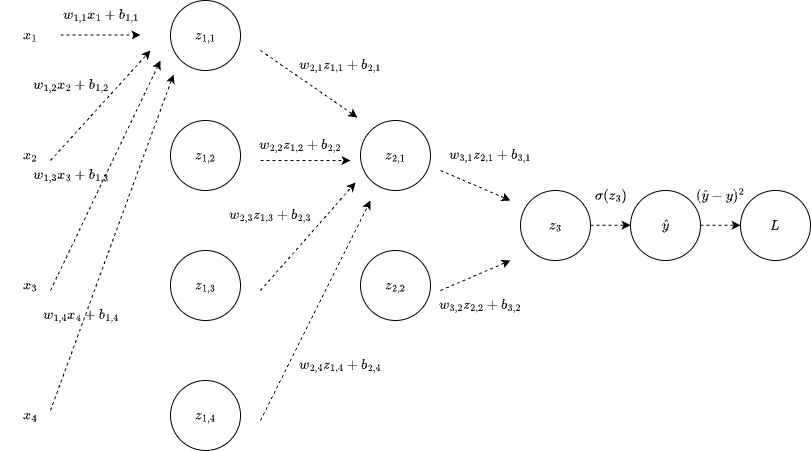
The draw.io diagram static/autodiff/MLP_forward.png in levi0206/lerblog2, before a commit. Source tidied: cells renumbered, new cells last; positions are measured from the earlier drawing's top-left corner, leaving out a move shared by most shapes. Source of this version:
```xml
<mxGraphModel math="1">
  <root>
    <mxCell id="0" />
    <mxCell id="1" parent="0" />
    <mxCell id="2" value="\(z_{1,1}\)" style="ellipse;whiteSpace=wrap;html=1;" parent="1" vertex="1">
      <mxGeometry x="170" width="70" height="70" as="geometry" />
    </mxCell>
    <mxCell id="3" value="\(z_{1,2}\)" style="ellipse;whiteSpace=wrap;html=1;" parent="1" vertex="1">
      <mxGeometry x="170" y="120" width="70" height="70" as="geometry" />
    </mxCell>
    <mxCell id="4" value="\(z_{1,3}\)" style="ellipse;whiteSpace=wrap;html=1;" parent="1" vertex="1">
      <mxGeometry x="170" y="250" width="70" height="70" as="geometry" />
    </mxCell>
    <mxCell id="5" value="\(z_{1,4}\)" style="ellipse;whiteSpace=wrap;html=1;" parent="1" vertex="1">
      <mxGeometry x="170" y="380" width="70" height="70" as="geometry" />
    </mxCell>
    <mxCell id="6" value="\(z_{2,1}\)" style="ellipse;whiteSpace=wrap;html=1;" parent="1" vertex="1">
      <mxGeometry x="360" y="120" width="70" height="70" as="geometry" />
    </mxCell>
    <mxCell id="7" value="\(z_{2,2}\)" style="ellipse;whiteSpace=wrap;html=1;" parent="1" vertex="1">
      <mxGeometry x="360" y="250" width="70" height="70" as="geometry" />
    </mxCell>
    <mxCell id="8" value="\(z_{3}\)" style="ellipse;whiteSpace=wrap;html=1;" parent="1" vertex="1">
      <mxGeometry x="520" y="190" width="70" height="70" as="geometry" />
    </mxCell>
    <mxCell id="9" value="\(x_1\)" style="text;html=1;align=center;verticalAlign=middle;strokeColor=none;fillColor=none;" parent="1" vertex="1">
      <mxGeometry y="20" width="60" height="30" as="geometry" />
    </mxCell>
    <mxCell id="10" value="\(x_2\)" style="text;html=1;align=center;verticalAlign=middle;strokeColor=none;fillColor=none;" parent="1" vertex="1">
      <mxGeometry y="140" width="60" height="30" as="geometry" />
    </mxCell>
    <mxCell id="11" value="\(x_3\)" style="text;html=1;align=center;verticalAlign=middle;strokeColor=none;fillColor=none;" parent="1" vertex="1">
      <mxGeometry y="270" width="60" height="30" as="geometry" />
    </mxCell>
    <mxCell id="12" value="\(x_4\)" style="text;html=1;align=center;verticalAlign=middle;strokeColor=none;fillColor=none;" parent="1" vertex="1">
      <mxGeometry y="400" width="60" height="30" as="geometry" />
    </mxCell>
    <mxCell id="13" style="endArrow=classic;html=1;rounded=0;dashed=1;" parent="1" edge="1">
      <mxGeometry relative="1" as="geometry">
        <mxPoint x="60" y="34.5" as="sourcePoint" />
        <mxPoint x="140" y="34.5" as="targetPoint" />
      </mxGeometry>
    </mxCell>
    <mxCell id="14" style="endArrow=classic;html=1;rounded=0;dashed=1;" parent="1" edge="1">
      <mxGeometry relative="1" as="geometry">
        <mxPoint x="50" y="160" as="sourcePoint" />
        <mxPoint x="150" y="50" as="targetPoint" />
      </mxGeometry>
    </mxCell>
    <mxCell id="15" style="endArrow=classic;html=1;rounded=0;dashed=1;" parent="1" edge="1">
      <mxGeometry relative="1" as="geometry">
        <mxPoint x="50" y="290" as="sourcePoint" />
        <mxPoint x="160" y="60" as="targetPoint" />
      </mxGeometry>
    </mxCell>
    <mxCell id="16" style="endArrow=classic;html=1;rounded=0;dashed=1;" parent="1" edge="1">
      <mxGeometry relative="1" as="geometry">
        <mxPoint x="50" y="410" as="sourcePoint" />
        <mxPoint x="173" y="74" as="targetPoint" />
      </mxGeometry>
    </mxCell>
    <mxCell id="17" value="\(w_{1,1}x_1+b_{1,1}\)" style="text;html=1;align=center;verticalAlign=middle;strokeColor=none;fillColor=none;" parent="1" vertex="1">
      <mxGeometry x="30" width="140" height="30" as="geometry" />
    </mxCell>
    <mxCell id="18" value="\(w_{1,2}x_2+b_{1,2}\)" style="text;html=1;align=center;verticalAlign=middle;strokeColor=none;fillColor=none;" parent="1" vertex="1">
      <mxGeometry y="70" width="140" height="30" as="geometry" />
    </mxCell>
    <mxCell id="19" value="\(w_{1,3}x_3+b_{1,3}\)" style="text;html=1;align=center;verticalAlign=middle;strokeColor=none;fillColor=none;" parent="1" vertex="1">
      <mxGeometry y="160" width="140" height="30" as="geometry" />
    </mxCell>
    <mxCell id="20" value="\(w_{1,4}x_4+b_{1,4}\)" style="text;html=1;align=center;verticalAlign=middle;strokeColor=none;fillColor=none;" parent="1" vertex="1">
      <mxGeometry x="10" y="300" width="140" height="30" as="geometry" />
    </mxCell>
    <mxCell id="21" style="endArrow=classic;html=1;rounded=0;dashed=1;" parent="1" edge="1">
      <mxGeometry relative="1" as="geometry">
        <mxPoint x="260" y="50" as="sourcePoint" />
        <mxPoint x="357" y="117" as="targetPoint" />
      </mxGeometry>
    </mxCell>
    <mxCell id="22" style="endArrow=classic;html=1;rounded=0;dashed=1;" parent="1" edge="1">
      <mxGeometry relative="1" as="geometry">
        <mxPoint x="260" y="160" as="sourcePoint" />
        <mxPoint x="350" y="160" as="targetPoint" />
      </mxGeometry>
    </mxCell>
    <mxCell id="23" style="endArrow=classic;html=1;rounded=0;dashed=1;" parent="1" edge="1">
      <mxGeometry relative="1" as="geometry">
        <mxPoint x="260" y="290" as="sourcePoint" />
        <mxPoint x="355" y="182" as="targetPoint" />
      </mxGeometry>
    </mxCell>
    <mxCell id="24" style="endArrow=classic;html=1;rounded=0;dashed=1;" parent="1" edge="1">
      <mxGeometry relative="1" as="geometry">
        <mxPoint x="260" y="420" as="sourcePoint" />
        <mxPoint x="370" y="200" as="targetPoint" />
      </mxGeometry>
    </mxCell>
    <mxCell id="25" value="\(w_{2,1}z_{1,1}+b_{2,1}\)" style="text;html=1;align=center;verticalAlign=middle;strokeColor=none;fillColor=none;" parent="1" vertex="1">
      <mxGeometry x="260" y="50" width="160" height="30" as="geometry" />
    </mxCell>
    <mxCell id="26" value="\(w_{2,2}z_{1,2}+b_{2,2}\)" style="text;html=1;align=center;verticalAlign=middle;strokeColor=none;fillColor=none;" parent="1" vertex="1">
      <mxGeometry x="220" y="130" width="160" height="30" as="geometry" />
    </mxCell>
    <mxCell id="27" value="\(w_{2,3}z_{1,3}+b_{2,3}\)" style="text;html=1;align=center;verticalAlign=middle;strokeColor=none;fillColor=none;" parent="1" vertex="1">
      <mxGeometry x="190" y="200" width="160" height="30" as="geometry" />
    </mxCell>
    <mxCell id="28" value="\(w_{2,4}z_{1,4}+b_{2,4}\)" style="text;html=1;align=center;verticalAlign=middle;strokeColor=none;fillColor=none;" parent="1" vertex="1">
      <mxGeometry x="260" y="350" width="160" height="30" as="geometry" />
    </mxCell>
    <mxCell id="29" style="endArrow=classic;html=1;rounded=0;dashed=1;" parent="1" edge="1">
      <mxGeometry relative="1" as="geometry">
        <mxPoint x="440" y="290" as="sourcePoint" />
        <mxPoint x="510" y="260" as="targetPoint" />
      </mxGeometry>
    </mxCell>
    <mxCell id="30" style="endArrow=classic;html=1;rounded=0;dashed=1;" parent="1" edge="1">
      <mxGeometry relative="1" as="geometry">
        <mxPoint x="440" y="170" as="sourcePoint" />
        <mxPoint x="510" y="200" as="targetPoint" />
      </mxGeometry>
    </mxCell>
    <mxCell id="31" value="\(w_{3,1}z_{2,1}+b_{3,1}\)" style="text;html=1;align=center;verticalAlign=middle;strokeColor=none;fillColor=none;" parent="1" vertex="1">
      <mxGeometry x="410" y="140" width="160" height="30" as="geometry" />
    </mxCell>
    <mxCell id="32" value="\(w_{3,2}z_{2,2}+b_{3,2}\)" style="text;html=1;align=center;verticalAlign=middle;strokeColor=none;fillColor=none;" parent="1" vertex="1">
      <mxGeometry x="400" y="290" width="160" height="30" as="geometry" />
    </mxCell>
    <mxCell id="33" value="\(\hat{y}\)" style="ellipse;whiteSpace=wrap;html=1;" parent="1" vertex="1">
      <mxGeometry x="630" y="190" width="70" height="70" as="geometry" />
    </mxCell>
    <mxCell id="34" value="\(L\)" style="ellipse;whiteSpace=wrap;html=1;" parent="1" vertex="1">
      <mxGeometry x="740" y="190" width="70" height="70" as="geometry" />
    </mxCell>
    <mxCell id="35" style="endArrow=classic;html=1;rounded=0;dashed=1;" parent="1" edge="1">
      <mxGeometry relative="1" as="geometry">
        <mxPoint x="590" y="224.8" as="sourcePoint" />
        <mxPoint x="630" y="224.8" as="targetPoint" />
      </mxGeometry>
    </mxCell>
    <mxCell id="36" style="endArrow=classic;html=1;rounded=0;dashed=1;" parent="1" edge="1">
      <mxGeometry relative="1" as="geometry">
        <mxPoint x="700" y="224.8" as="sourcePoint" />
        <mxPoint x="740" y="224.8" as="targetPoint" />
      </mxGeometry>
    </mxCell>
    <mxCell id="37" value="\(\sigma(z_3)\)" style="text;html=1;align=center;verticalAlign=middle;strokeColor=none;fillColor=none;" parent="1" vertex="1">
      <mxGeometry x="560" y="180" width="100" height="30" as="geometry" />
    </mxCell>
    <mxCell id="38" value="\((\hat{y}-y)^2\)" style="text;html=1;align=center;verticalAlign=middle;strokeColor=none;fillColor=none;" parent="1" vertex="1">
      <mxGeometry x="670" y="180" width="100" height="30" as="geometry" />
    </mxCell>
  </root>
</mxGraphModel>
```
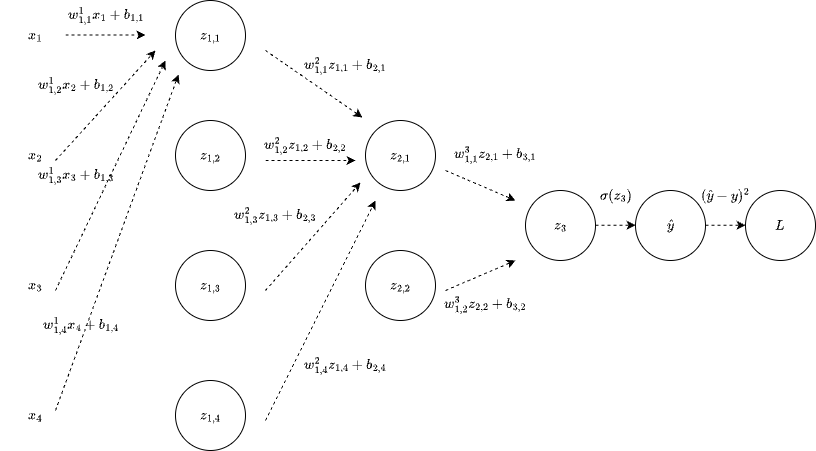
Above is the later version.

The edit, as a diff of the source:
```diff
@@ -59,17 +59,17 @@
         <mxPoint x="173" y="74" as="targetPoint" />
       </mxGeometry>
     </mxCell>
-    <mxCell id="17" value="\(w_{1,1}x_1+b_{1,1}\)" style="text;html=1;align=center;verticalAlign=middle;strokeColor=none;fillColor=none;" parent="1" vertex="1">
-      <mxGeometry x="30" width="140" height="30" as="geometry" />
+    <mxCell id="17" value="\(w^1_{1,1}x_1+b_{1,1}\)" style="text;html=1;align=center;verticalAlign=middle;strokeColor=none;fillColor=none;" parent="1" vertex="1">
+      <mxGeometry x="25" width="150" height="30" as="geometry" />
     </mxCell>
-    <mxCell id="18" value="\(w_{1,2}x_2+b_{1,2}\)" style="text;html=1;align=center;verticalAlign=middle;strokeColor=none;fillColor=none;" parent="1" vertex="1">
-      <mxGeometry y="70" width="140" height="30" as="geometry" />
+    <mxCell id="18" value="\(w^1_{1,2}x_2+b_{1,2}\)" style="text;html=1;align=center;verticalAlign=middle;strokeColor=none;fillColor=none;" parent="1" vertex="1">
+      <mxGeometry x="-5" y="70" width="150" height="30" as="geometry" />
     </mxCell>
-    <mxCell id="19" value="\(w_{1,3}x_3+b_{1,3}\)" style="text;html=1;align=center;verticalAlign=middle;strokeColor=none;fillColor=none;" parent="1" vertex="1">
-      <mxGeometry y="160" width="140" height="30" as="geometry" />
+    <mxCell id="19" value="\(w^1_{1,3}x_3+b_{1,3}\)" style="text;html=1;align=center;verticalAlign=middle;strokeColor=none;fillColor=none;" parent="1" vertex="1">
+      <mxGeometry x="-5" y="160" width="150" height="30" as="geometry" />
     </mxCell>
-    <mxCell id="20" value="\(w_{1,4}x_4+b_{1,4}\)" style="text;html=1;align=center;verticalAlign=middle;strokeColor=none;fillColor=none;" parent="1" vertex="1">
-      <mxGeometry x="10" y="300" width="140" height="30" as="geometry" />
+    <mxCell id="20" value="\(w^1_{1,4}x_4+b_{1,4}\)" style="text;html=1;align=center;verticalAlign=middle;strokeColor=none;fillColor=none;" parent="1" vertex="1">
+      <mxGeometry y="310" width="150" height="30" as="geometry" />
     </mxCell>
     <mxCell id="21" style="endArrow=classic;html=1;rounded=0;dashed=1;" parent="1" edge="1">
       <mxGeometry relative="1" as="geometry">
@@ -95,17 +95,17 @@
         <mxPoint x="370" y="200" as="targetPoint" />
       </mxGeometry>
     </mxCell>
-    <mxCell id="25" value="\(w_{2,1}z_{1,1}+b_{2,1}\)" style="text;html=1;align=center;verticalAlign=middle;strokeColor=none;fillColor=none;" parent="1" vertex="1">
-      <mxGeometry x="260" y="50" width="160" height="30" as="geometry" />
+    <mxCell id="25" value="\(w^2_{1,1}z_{1,1}+b_{2,1}\)" style="text;html=1;align=center;verticalAlign=middle;strokeColor=none;fillColor=none;" parent="1" vertex="1">
+      <mxGeometry x="255" y="50" width="170" height="30" as="geometry" />
     </mxCell>
-    <mxCell id="26" value="\(w_{2,2}z_{1,2}+b_{2,2}\)" style="text;html=1;align=center;verticalAlign=middle;strokeColor=none;fillColor=none;" parent="1" vertex="1">
-      <mxGeometry x="220" y="130" width="160" height="30" as="geometry" />
+    <mxCell id="26" value="\(w^2_{1,2}z_{1,2}+b_{2,2}\)" style="text;html=1;align=center;verticalAlign=middle;strokeColor=none;fillColor=none;" parent="1" vertex="1">
+      <mxGeometry x="215" y="130" width="170" height="30" as="geometry" />
     </mxCell>
-    <mxCell id="27" value="\(w_{2,3}z_{1,3}+b_{2,3}\)" style="text;html=1;align=center;verticalAlign=middle;strokeColor=none;fillColor=none;" parent="1" vertex="1">
-      <mxGeometry x="190" y="200" width="160" height="30" as="geometry" />
+    <mxCell id="27" value="\(w^2_{1,3}z_{1,3}+b_{2,3}\)" style="text;html=1;align=center;verticalAlign=middle;strokeColor=none;fillColor=none;" parent="1" vertex="1">
+      <mxGeometry x="185" y="200" width="170" height="30" as="geometry" />
     </mxCell>
-    <mxCell id="28" value="\(w_{2,4}z_{1,4}+b_{2,4}\)" style="text;html=1;align=center;verticalAlign=middle;strokeColor=none;fillColor=none;" parent="1" vertex="1">
-      <mxGeometry x="260" y="350" width="160" height="30" as="geometry" />
+    <mxCell id="28" value="\(w^2_{1,4}z_{1,4}+b_{2,4}\)" style="text;html=1;align=center;verticalAlign=middle;strokeColor=none;fillColor=none;" parent="1" vertex="1">
+      <mxGeometry x="255" y="350" width="170" height="30" as="geometry" />
     </mxCell>
     <mxCell id="29" style="endArrow=classic;html=1;rounded=0;dashed=1;" parent="1" edge="1">
       <mxGeometry relative="1" as="geometry">
@@ -119,11 +119,11 @@
         <mxPoint x="510" y="200" as="targetPoint" />
       </mxGeometry>
     </mxCell>
-    <mxCell id="31" value="\(w_{3,1}z_{2,1}+b_{3,1}\)" style="text;html=1;align=center;verticalAlign=middle;strokeColor=none;fillColor=none;" parent="1" vertex="1">
-      <mxGeometry x="410" y="140" width="160" height="30" as="geometry" />
+    <mxCell id="31" value="\(w^3_{1,1}z_{2,1}+b_{3,1}\)" style="text;html=1;align=center;verticalAlign=middle;strokeColor=none;fillColor=none;" parent="1" vertex="1">
+      <mxGeometry x="405" y="140" width="170" height="30" as="geometry" />
     </mxCell>
-    <mxCell id="32" value="\(w_{3,2}z_{2,2}+b_{3,2}\)" style="text;html=1;align=center;verticalAlign=middle;strokeColor=none;fillColor=none;" parent="1" vertex="1">
-      <mxGeometry x="400" y="290" width="160" height="30" as="geometry" />
+    <mxCell id="32" value="\(w^3_{1,2}z_{2,2}+b_{3,2}\)" style="text;html=1;align=center;verticalAlign=middle;strokeColor=none;fillColor=none;" parent="1" vertex="1">
+      <mxGeometry x="395" y="290" width="170" height="30" as="geometry" />
     </mxCell>
     <mxCell id="33" value="\(\hat{y}\)" style="ellipse;whiteSpace=wrap;html=1;" parent="1" vertex="1">
       <mxGeometry x="630" y="190" width="70" height="70" as="geometry" />
```
